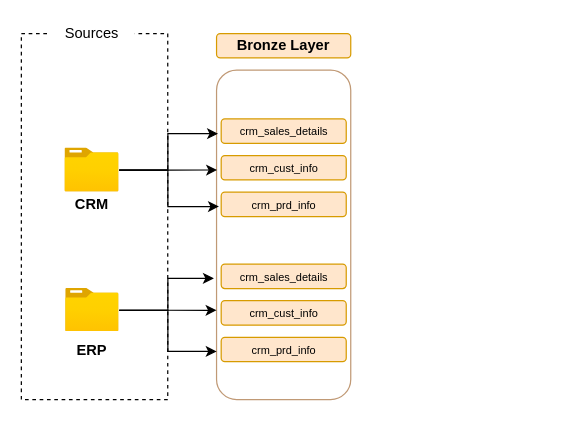
Earlier version of the draw.io diagram docs/Untitled Diagram.drawio (abdulmossawer/sql_data_warehouse_project). Source tidied: cells renumbered, new cells numbered last; positions are measured from the earlier drawing's top-left corner, leaving out a move shared by most shapes. Both pictures are drawn from the tidied source at 122%, with x=0, y=0 at pixel (21, 21).
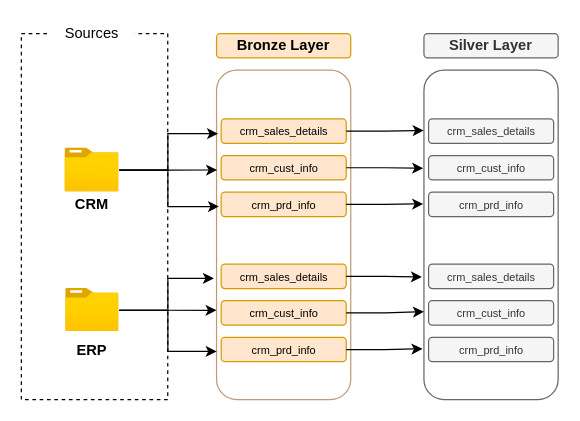
After the change.

Commit message (it also covers changes not shown here):
Completed Silver Layer

Unchanged cells that the change refers to:
```xml
<mxCell id="6" value="&lt;font style=&quot;font-size: 9px;&quot;&gt;crm_sales_details&lt;/font&gt;" style="rounded=1;whiteSpace=wrap;html=1;strokeColor=#d79b00;fillColor=#ffe6cc;" parent="1" vertex="1">
  <mxGeometry x="163.8" y="80" width="102.5" height="20" as="geometry" />
</mxCell>
<mxCell id="7" value="&lt;span style=&quot;font-size: 9px;&quot;&gt;crm_cust_info&lt;/span&gt;" style="rounded=1;whiteSpace=wrap;html=1;strokeColor=#d79b00;fillColor=#ffe6cc;" parent="1" vertex="1">
  <mxGeometry x="163.8" y="110" width="102.5" height="20" as="geometry" />
</mxCell>
<mxCell id="8" value="&lt;span style=&quot;font-size: 9px;&quot;&gt;crm_prd_info&lt;/span&gt;" style="rounded=1;whiteSpace=wrap;html=1;strokeColor=#d79b00;fillColor=#ffe6cc;" parent="1" vertex="1">
  <mxGeometry x="163.8" y="140" width="102.5" height="20" as="geometry" />
</mxCell>
<mxCell id="14" value="&lt;font style=&quot;font-size: 9px;&quot;&gt;crm_sales_details&lt;/font&gt;" style="rounded=1;whiteSpace=wrap;html=1;strokeColor=#d79b00;fillColor=#ffe6cc;" parent="1" vertex="1">
  <mxGeometry x="163.8" y="199" width="102.5" height="20" as="geometry" />
</mxCell>
<mxCell id="15" value="&lt;span style=&quot;font-size: 9px;&quot;&gt;crm_cust_info&lt;/span&gt;" style="rounded=1;whiteSpace=wrap;html=1;strokeColor=#d79b00;fillColor=#ffe6cc;" parent="1" vertex="1">
  <mxGeometry x="163.8" y="229" width="102.5" height="20" as="geometry" />
</mxCell>
<mxCell id="16" value="&lt;span style=&quot;font-size: 9px;&quot;&gt;crm_prd_info&lt;/span&gt;" style="rounded=1;whiteSpace=wrap;html=1;strokeColor=#d79b00;fillColor=#ffe6cc;" parent="1" vertex="1">
  <mxGeometry x="163.8" y="259" width="102.5" height="20" as="geometry" />
</mxCell>
```

What changed in the source:
```diff
@@
+    <mxCell id="22" style="rounded=1;whiteSpace=wrap;html=1;fillColor=none;strokeColor=#666666;fontColor=#333333;" parent="1" vertex="1">
+      <mxGeometry x="330" y="40" width="110" height="270" as="geometry" />
+    </mxCell>
+    <mxCell id="23" value="&lt;b&gt;Silver Layer&lt;/b&gt;" style="rounded=1;whiteSpace=wrap;html=1;fillColor=#f5f5f5;strokeColor=#666666;fontColor=#333333;" parent="1" vertex="1">
+      <mxGeometry x="330" y="10" width="110" height="20" as="geometry" />
+    </mxCell>
+    <mxCell id="24" value="&lt;font style=&quot;font-size: 9px;&quot;&gt;crm_sales_details&lt;/font&gt;" style="rounded=1;whiteSpace=wrap;html=1;strokeColor=#666666;fillColor=#f5f5f5;fontColor=#333333;" parent="1" vertex="1">
+      <mxGeometry x="333.8" y="80" width="102.5" height="20" as="geometry" />
+    </mxCell>
+    <mxCell id="25" value="&lt;span style=&quot;font-size: 9px;&quot;&gt;crm_cust_info&lt;/span&gt;" style="rounded=1;whiteSpace=wrap;html=1;strokeColor=#666666;fillColor=#f5f5f5;fontColor=#333333;" parent="1" vertex="1">
+      <mxGeometry x="333.8" y="110" width="102.5" height="20" as="geometry" />
+    </mxCell>
+    <mxCell id="26" value="&lt;span style=&quot;font-size: 9px;&quot;&gt;crm_prd_info&lt;/span&gt;" style="rounded=1;whiteSpace=wrap;html=1;strokeColor=#666666;fillColor=#f5f5f5;fontColor=#333333;" parent="1" vertex="1">
+      <mxGeometry x="333.8" y="140" width="102.5" height="20" as="geometry" />
+    </mxCell>
+    <mxCell id="27" value="&lt;font style=&quot;font-size: 9px;&quot;&gt;crm_sales_details&lt;/font&gt;" style="rounded=1;whiteSpace=wrap;html=1;strokeColor=#666666;fillColor=#f5f5f5;fontColor=#333333;" parent="1" vertex="1">
+      <mxGeometry x="333.8" y="199" width="102.5" height="20" as="geometry" />
+    </mxCell>
+    <mxCell id="28" value="&lt;span style=&quot;font-size: 9px;&quot;&gt;crm_cust_info&lt;/span&gt;" style="rounded=1;whiteSpace=wrap;html=1;strokeColor=#666666;fillColor=#f5f5f5;fontColor=#333333;" parent="1" vertex="1">
+      <mxGeometry x="333.8" y="229" width="102.5" height="20" as="geometry" />
+    </mxCell>
+    <mxCell id="29" value="&lt;span style=&quot;font-size: 9px;&quot;&gt;crm_prd_info&lt;/span&gt;" style="rounded=1;whiteSpace=wrap;html=1;strokeColor=#666666;fillColor=#f5f5f5;fontColor=#333333;" parent="1" vertex="1">
+      <mxGeometry x="333.8" y="259" width="102.5" height="20" as="geometry" />
+    </mxCell>
+    <mxCell id="30" style="edgeStyle=orthogonalEdgeStyle;rounded=0;jettySize=auto;html=1;entryX=-0.002;entryY=0.183;entryDx=0;entryDy=0;entryPerimeter=0;" parent="1" edge="1" source="6" target="22">
+      <mxGeometry relative="1" as="geometry" />
+    </mxCell>
+    <mxCell id="31" style="edgeStyle=orthogonalEdgeStyle;rounded=0;jettySize=auto;html=1;entryX=-0.006;entryY=0.298;entryDx=0;entryDy=0;entryPerimeter=0;" parent="1" edge="1" source="7" target="22">
+      <mxGeometry relative="1" as="geometry" />
+    </mxCell>
+    <mxCell id="32" style="edgeStyle=orthogonalEdgeStyle;rounded=0;jettySize=auto;html=1;entryX=-0.006;entryY=0.406;entryDx=0;entryDy=0;entryPerimeter=0;" parent="1" edge="1" source="8" target="22">
+      <mxGeometry relative="1" as="geometry" />
+    </mxCell>
+    <mxCell id="33" style="edgeStyle=orthogonalEdgeStyle;rounded=0;jettySize=auto;html=1;entryX=-0.015;entryY=0.628;entryDx=0;entryDy=0;entryPerimeter=0;" parent="1" edge="1" source="14" target="22">
+      <mxGeometry relative="1" as="geometry" />
+    </mxCell>
+    <mxCell id="34" style="edgeStyle=orthogonalEdgeStyle;rounded=0;jettySize=auto;html=1;" parent="1" edge="1" source="15">
+      <mxGeometry relative="1" as="geometry">
+        <mxPoint x="330" y="238" as="targetPoint" />
+      </mxGeometry>
+    </mxCell>
+    <mxCell id="35" style="edgeStyle=orthogonalEdgeStyle;rounded=0;jettySize=auto;html=1;entryX=-0.011;entryY=0.846;entryDx=0;entryDy=0;entryPerimeter=0;" parent="1" edge="1" source="16" target="22">
+      <mxGeometry relative="1" as="geometry" />
+    </mxCell>
```
